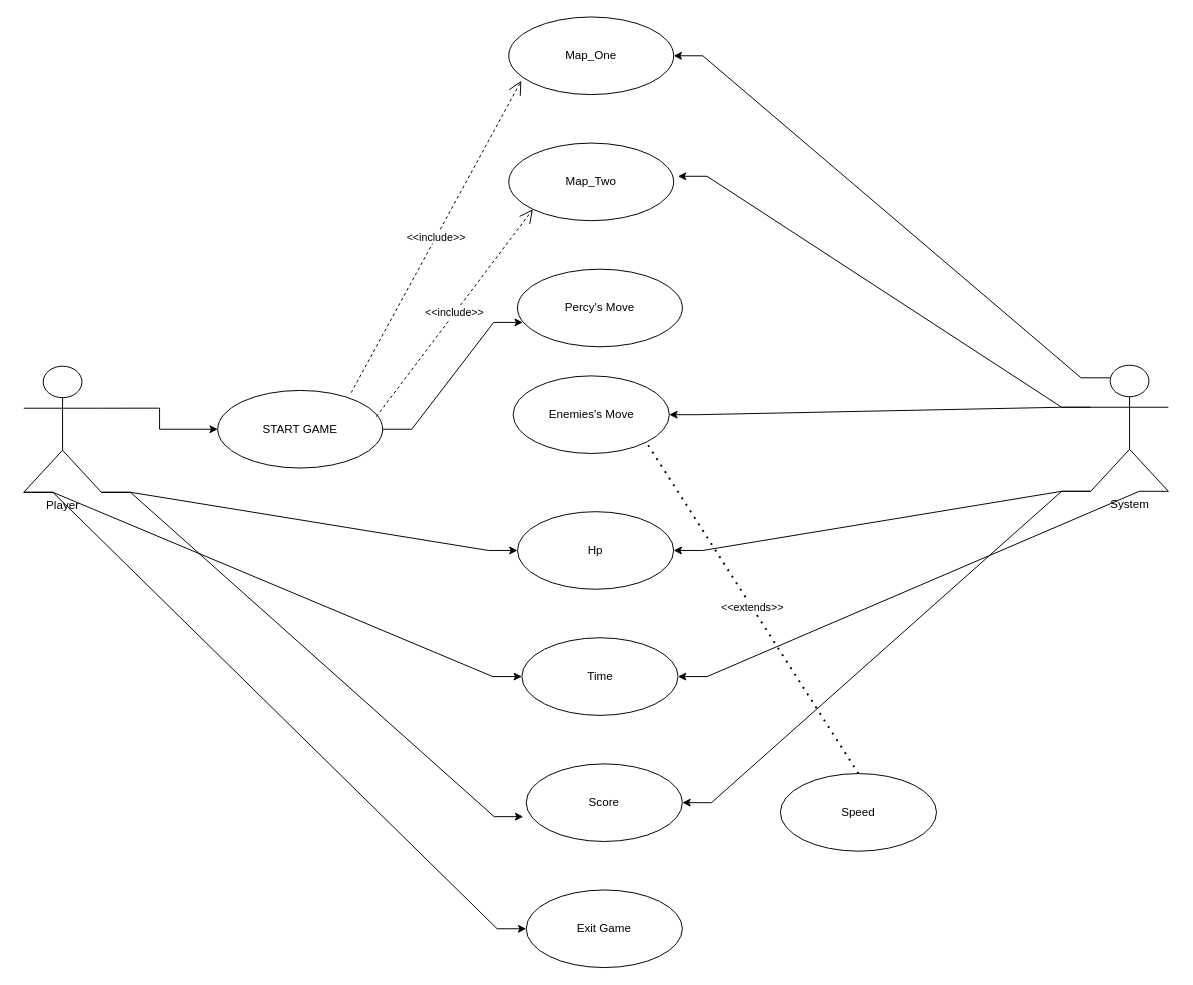
The draw.io diagram page "UseCase" (2 of 4) of Sequance_Diagram.drawio in sudenurkomur/Percy-s-Adventure, before the edit. Source tidied: cells renumbered, new cells numbered last; positions are measured from the earlier drawing's top-left corner, leaving out a move shared by most shapes. Both pictures are drawn from the tidied source at 97%, with x=0, y=0 at pixel (23, 16).
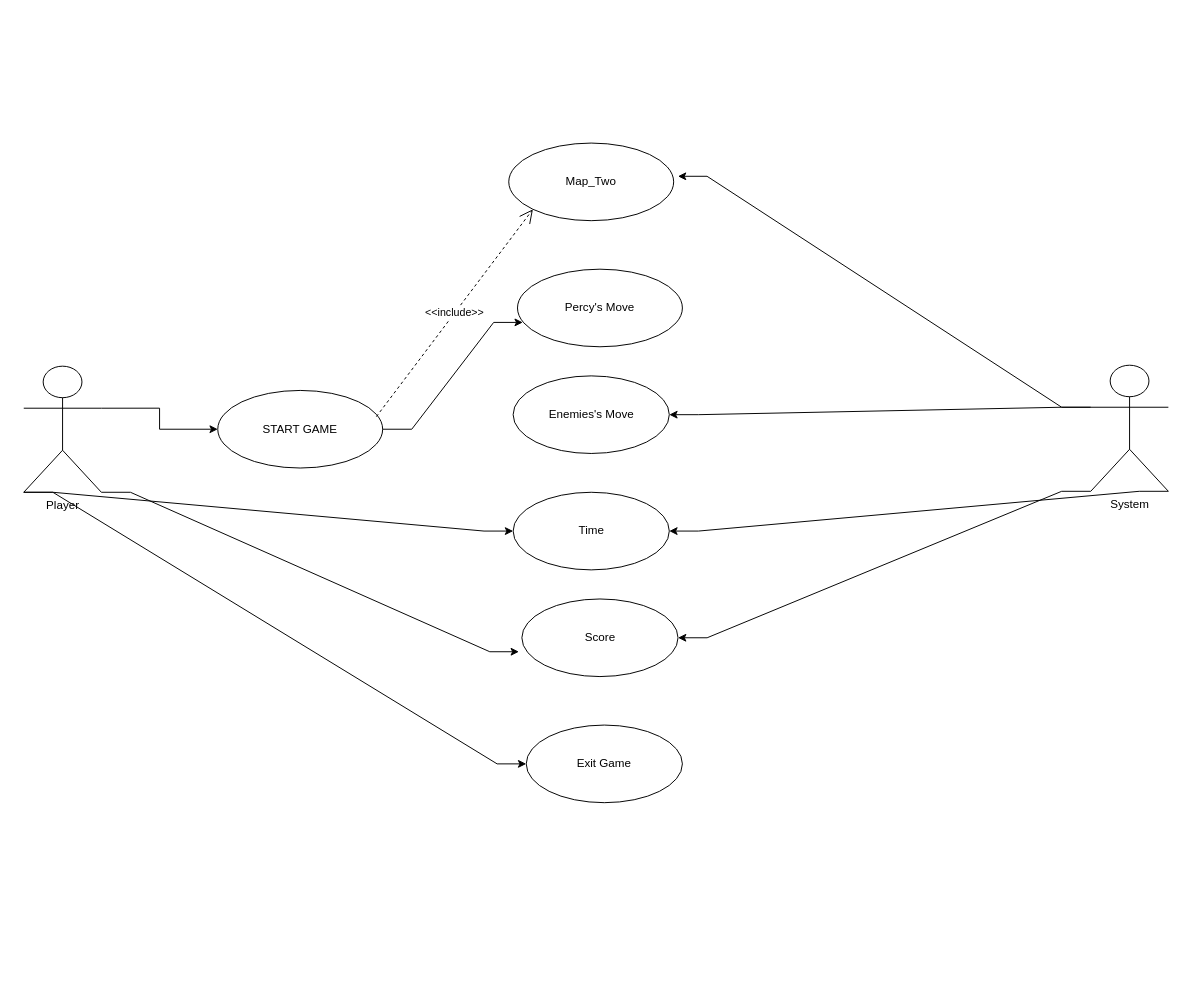
Above is the later version.

The change refers to these unchanged cells:
```xml
<mxCell id="6" value="Player" style="shape=umlActor;verticalLabelPosition=bottom;verticalAlign=top;html=1;outlineConnect=0;" parent="1" vertex="1">
  <mxGeometry y="360" width="80" height="130" as="geometry" />
</mxCell>
<mxCell id="12" value="System" style="shape=umlActor;verticalLabelPosition=bottom;verticalAlign=top;html=1;outlineConnect=0;" parent="1" vertex="1">
  <mxGeometry x="1100" y="359" width="80" height="130" as="geometry" />
</mxCell>
<mxCell id="15" value="START GAME" style="ellipse;whiteSpace=wrap;html=1;" parent="1" vertex="1">
  <mxGeometry x="200" y="385" width="170" height="80" as="geometry" />
</mxCell>
<mxCell id="21" value="Enemies's Move" style="ellipse;whiteSpace=wrap;html=1;" parent="1" vertex="1">
  <mxGeometry x="504.5" y="370" width="161" height="80" as="geometry" />
</mxCell>
```

Diff of the diagram source:
```diff
@@
-    <mxCell id="3" style="edgeStyle=entityRelationEdgeStyle;rounded=0;jettySize=auto;html=1;exitX=1;exitY=1;exitDx=0;exitDy=0;exitPerimeter=0;entryX=0;entryY=0.5;entryDx=0;entryDy=0;" parent="1" edge="1" source="6" target="22">
-      <mxGeometry relative="1" as="geometry" />
-    </mxCell>
@@
-    <mxCell id="7" style="edgeStyle=entityRelationEdgeStyle;rounded=0;jettySize=auto;html=1;exitX=0.25;exitY=0.1;exitDx=0;exitDy=0;exitPerimeter=0;" parent="1" edge="1" source="12" target="13">
-      <mxGeometry relative="1" as="geometry" />
-    </mxCell>
@@
-    <mxCell id="9" style="edgeStyle=entityRelationEdgeStyle;rounded=0;jettySize=auto;html=1;exitX=0;exitY=1;exitDx=0;exitDy=0;exitPerimeter=0;entryX=1;entryY=0.5;entryDx=0;entryDy=0;" parent="1" edge="1" source="12" target="22">
-      <mxGeometry relative="1" as="geometry" />
-    </mxCell>
@@
-    <mxCell id="13" value="Map_One" style="ellipse;whiteSpace=wrap;html=1;" parent="1" vertex="1">
-      <mxGeometry x="500" width="170" height="80" as="geometry" />
-    </mxCell>
@@
-    <mxCell id="16" value="&amp;lt;&amp;lt;include&amp;gt;&amp;gt;" style="endArrow=open;endSize=12;dashed=1;html=1;rounded=0;exitX=0.809;exitY=0.029;exitDx=0;exitDy=0;exitPerimeter=0;entryX=0.076;entryY=0.822;entryDx=0;entryDy=0;entryPerimeter=0;" parent="1" edge="1" source="15" target="13">
-      <mxGeometry relative="1" as="geometry" />
-    </mxCell>
@@
-    <mxCell id="22" value="Hp" style="ellipse;whiteSpace=wrap;html=1;" parent="1" vertex="1">
-      <mxGeometry x="509" y="510" width="161" height="80" as="geometry" />
-    </mxCell>
     <mxCell id="23" value="Score" style="ellipse;whiteSpace=wrap;html=1;" parent="1" vertex="1">
-      <mxGeometry x="518" y="770" width="161" height="80" as="geometry" />
+      <mxGeometry x="513.5" y="600" width="161" height="80" as="geometry" />
     </mxCell>
@@
     <mxCell id="25" value="Time" style="ellipse;whiteSpace=wrap;html=1;" parent="1" vertex="1">
-      <mxGeometry x="513.5" y="640" width="161" height="80" as="geometry" />
+      <mxGeometry x="504.5" y="490" width="161" height="80" as="geometry" />
     </mxCell>
-    <mxCell id="26" value="Speed" style="ellipse;whiteSpace=wrap;html=1;" parent="1" vertex="1">
-      <mxGeometry x="780" y="780" width="161" height="80" as="geometry" />
-    </mxCell>
-    <mxCell id="27" value="&amp;lt;&amp;lt;extends&amp;gt;&amp;gt;" style="endArrow=none;dashed=1;html=1;dashPattern=1 3;strokeWidth=2;rounded=0;exitX=0.5;exitY=0;exitDx=0;exitDy=0;entryX=1;entryY=1;entryDx=0;entryDy=0;" parent="1" edge="1" source="26" target="21">
-      <mxGeometry relative="1" as="geometry" />
-    </mxCell>
     <mxCell id="28" value="Exit Game" style="ellipse;whiteSpace=wrap;html=1;" parent="1" vertex="1">
-      <mxGeometry x="518" y="900" width="161" height="80" as="geometry" />
+      <mxGeometry x="518" y="730" width="161" height="80" as="geometry" />
     </mxCell>
```
